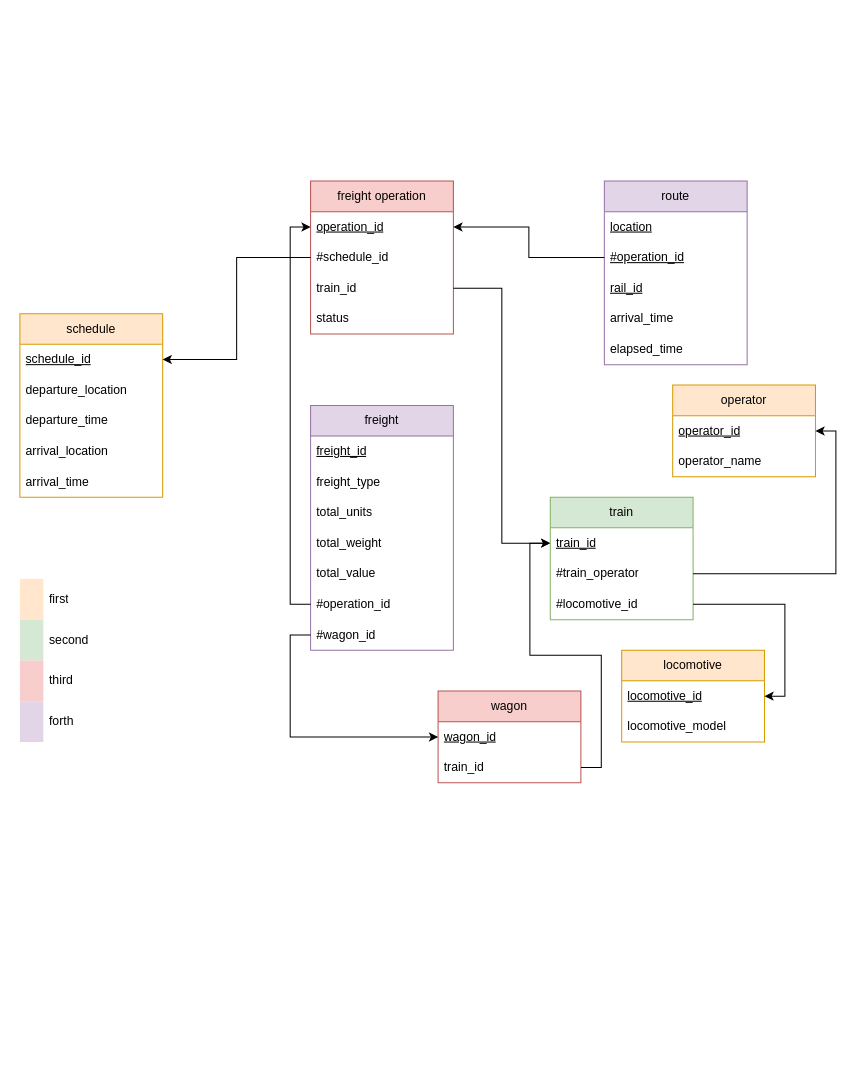
Cconstantinee/test101 keeps this draw.io diagram as Untitled Diagram.drawio. Above is the earlier version. Source tidied: cells renumbered, new cells numbered last; positions are measured from the earlier drawing's top-left corner, leaving out a move shared by most shapes. Both pictures are drawn from the tidied source at 102%, with x=0, y=0 at pixel (19, 181).
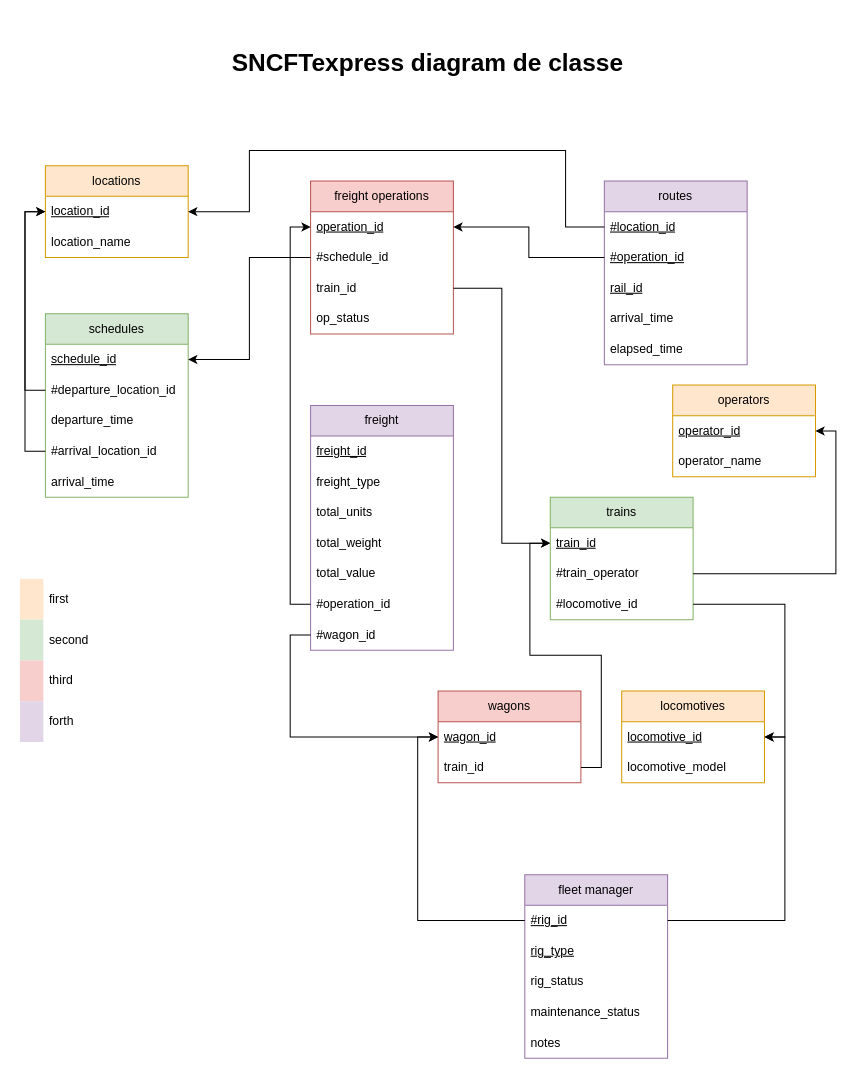
After the change.

Unchanged cells that the change refers to:
```xml
<mxCell id="9" value="locomotive_id" style="text;strokeColor=none;fillColor=none;align=left;verticalAlign=middle;spacingLeft=4;spacingRight=4;overflow=hidden;points=[[0,0.5],[1,0.5]];portConstraint=eastwest;whiteSpace=wrap;html=1;fontStyle=4;" parent="8" vertex="1">
  <mxGeometry y="30" width="140" height="30" as="geometry" />
</mxCell>
<mxCell id="40" value="wagon_id" style="text;strokeColor=none;fillColor=none;align=left;verticalAlign=middle;spacingLeft=4;spacingRight=4;overflow=hidden;points=[[0,0.5],[1,0.5]];portConstraint=eastwest;whiteSpace=wrap;html=1;fontStyle=4;" parent="39" vertex="1">
  <mxGeometry y="30" width="140" height="30" as="geometry" />
</mxCell>
```

Change to the diagram source:
```diff
@@
-    <mxCell id="2" value="schedule" style="swimlane;fontStyle=0;horizontal=1;startSize=30;whiteSpace=wrap;html=1;fillColor=#ffe6cc;strokeColor=#d79b00;" parent="1" vertex="1">
-      <mxGeometry y="130" width="140" height="180" as="geometry" />
+    <mxCell id="2" value="schedules" style="swimlane;fontStyle=0;horizontal=1;startSize=30;whiteSpace=wrap;html=1;fillColor=#d5e8d4;strokeColor=#82b366;" parent="1" vertex="1">
+      <mxGeometry x="25" y="130" width="140" height="180" as="geometry" />
     </mxCell>
@@
-    <mxCell id="4" value="departure_location" style="text;strokeColor=none;fillColor=none;align=left;verticalAlign=middle;spacingLeft=4;spacingRight=4;overflow=hidden;points=[[0,0.5],[1,0.5]];portConstraint=eastwest;whiteSpace=wrap;html=1;" parent="2" vertex="1">
+    <mxCell id="4" value="#departure_location_id" style="text;strokeColor=none;fillColor=none;align=left;verticalAlign=middle;spacingLeft=4;spacingRight=4;overflow=hidden;points=[[0,0.5],[1,0.5]];portConstraint=eastwest;whiteSpace=wrap;html=1;" parent="2" vertex="1">
       <mxGeometry y="60" width="140" height="30" as="geometry" />
     </mxCell>
@@
-    <mxCell id="6" value="arrival_location" style="text;strokeColor=none;fillColor=none;align=left;verticalAlign=middle;spacingLeft=4;spacingRight=4;overflow=hidden;points=[[0,0.5],[1,0.5]];portConstraint=eastwest;whiteSpace=wrap;html=1;" parent="2" vertex="1">
+    <mxCell id="6" value="#arrival_location_id" style="text;strokeColor=none;fillColor=none;align=left;verticalAlign=middle;spacingLeft=4;spacingRight=4;overflow=hidden;points=[[0,0.5],[1,0.5]];portConstraint=eastwest;whiteSpace=wrap;html=1;" parent="2" vertex="1">
       <mxGeometry y="120" width="140" height="30" as="geometry" />
     </mxCell>
@@
-    <mxCell id="8" value="locomotive" style="swimlane;fontStyle=0;horizontal=1;startSize=30;whiteSpace=wrap;html=1;fillColor=#ffe6cc;strokeColor=#d79b00;" parent="1" vertex="1">
-      <mxGeometry x="590" y="460" width="140" height="90" as="geometry" />
+    <mxCell id="8" value="locomotives" style="swimlane;fontStyle=0;horizontal=1;startSize=30;whiteSpace=wrap;html=1;fillColor=#ffe6cc;strokeColor=#d79b00;" parent="1" vertex="1">
+      <mxGeometry x="590" y="500" width="140" height="90" as="geometry" />
     </mxCell>
@@
-    <mxCell id="11" value="freight operation" style="swimlane;fontStyle=0;horizontal=1;startSize=30;whiteSpace=wrap;html=1;fillColor=#f8cecc;strokeColor=#b85450;" parent="1" vertex="1">
+    <mxCell id="11" value="freight operations" style="swimlane;fontStyle=0;horizontal=1;startSize=30;whiteSpace=wrap;html=1;fillColor=#f8cecc;strokeColor=#b85450;" parent="1" vertex="1">
       <mxGeometry x="285" width="140" height="150" as="geometry" />
     </mxCell>
@@
-    <mxCell id="15" value="status" style="text;strokeColor=none;fillColor=none;align=left;verticalAlign=middle;spacingLeft=4;spacingRight=4;overflow=hidden;whiteSpace=wrap;html=1;" parent="11" vertex="1">
+    <mxCell id="15" value="op_status" style="text;strokeColor=none;fillColor=none;align=left;verticalAlign=middle;spacingLeft=4;spacingRight=4;overflow=hidden;whiteSpace=wrap;html=1;" parent="11" vertex="1">
       <mxGeometry y="120" width="140" height="30" as="geometry" />
     </mxCell>
@@
-    <mxCell id="18" value="route" style="swimlane;fontStyle=0;horizontal=1;startSize=30;whiteSpace=wrap;html=1;fillColor=#e1d5e7;strokeColor=#9673a6;" parent="1" vertex="1">
+    <mxCell id="18" value="routes" style="swimlane;fontStyle=0;horizontal=1;startSize=30;whiteSpace=wrap;html=1;fillColor=#e1d5e7;strokeColor=#9673a6;" parent="1" vertex="1">
       <mxGeometry x="573" width="140" height="180" as="geometry" />
     </mxCell>
-    <mxCell id="19" value="location" style="text;strokeColor=none;fillColor=none;align=left;verticalAlign=middle;spacingLeft=4;spacingRight=4;overflow=hidden;points=[[0,0.5],[1,0.5]];portConstraint=eastwest;whiteSpace=wrap;html=1;fontStyle=4;" parent="18" vertex="1">
+    <mxCell id="19" value="#location_id" style="text;strokeColor=none;fillColor=none;align=left;verticalAlign=middle;spacingLeft=4;spacingRight=4;overflow=hidden;points=[[0,0.5],[1,0.5]];portConstraint=eastwest;whiteSpace=wrap;html=1;fontStyle=4;" parent="18" vertex="1">
       <mxGeometry y="30" width="140" height="30" as="geometry" />
     </mxCell>
@@
-    <mxCell id="34" value="train" style="swimlane;fontStyle=0;horizontal=1;startSize=30;whiteSpace=wrap;html=1;fillColor=#d5e8d4;strokeColor=#82b366;" parent="1" vertex="1">
+    <mxCell id="34" value="trains" style="swimlane;fontStyle=0;horizontal=1;startSize=30;whiteSpace=wrap;html=1;fillColor=#d5e8d4;strokeColor=#82b366;" parent="1" vertex="1">
       <mxGeometry x="520" y="310" width="140" height="120" as="geometry" />
     </mxCell>
@@
-    <mxCell id="39" value="wagon" style="swimlane;fontStyle=0;horizontal=1;startSize=30;whiteSpace=wrap;html=1;fillColor=#f8cecc;strokeColor=#b85450;" parent="1" vertex="1">
+    <mxCell id="39" value="wagons" style="swimlane;fontStyle=0;horizontal=1;startSize=30;whiteSpace=wrap;html=1;fillColor=#f8cecc;strokeColor=#b85450;" parent="1" vertex="1">
       <mxGeometry x="410" y="500" width="140" height="90" as="geometry" />
     </mxCell>
@@
-    <mxCell id="43" value="operator" style="swimlane;fontStyle=0;horizontal=1;startSize=30;whiteSpace=wrap;html=1;fillColor=#ffe6cc;strokeColor=#d79b00;" parent="1" vertex="1">
+    <mxCell id="43" value="operators" style="swimlane;fontStyle=0;horizontal=1;startSize=30;whiteSpace=wrap;html=1;fillColor=#ffe6cc;strokeColor=#d79b00;" parent="1" vertex="1">
       <mxGeometry x="640" y="200" width="140" height="90" as="geometry" />
     </mxCell>
@@
+    <mxCell id="63" value="fleet manager" style="swimlane;fontStyle=0;horizontal=1;startSize=30;whiteSpace=wrap;html=1;fillColor=#e1d5e7;strokeColor=#9673a6;" parent="1" vertex="1">
+      <mxGeometry x="495" y="680" width="140" height="180" as="geometry" />
+    </mxCell>
+    <mxCell id="64" value="&lt;u&gt;#rig_id&lt;/u&gt;" style="text;strokeColor=none;fillColor=none;align=left;verticalAlign=middle;spacingLeft=4;spacingRight=4;overflow=hidden;points=[[0,0.5],[1,0.5]];portConstraint=eastwest;whiteSpace=wrap;html=1;" parent="63" vertex="1">
+      <mxGeometry y="30" width="140" height="30" as="geometry" />
+    </mxCell>
+    <mxCell id="65" value="&lt;u&gt;rig_type&lt;/u&gt;" style="text;strokeColor=none;fillColor=none;align=left;verticalAlign=middle;spacingLeft=4;spacingRight=4;overflow=hidden;whiteSpace=wrap;html=1;" parent="63" vertex="1">
+      <mxGeometry y="60" width="140" height="30" as="geometry" />
+    </mxCell>
+    <mxCell id="66" value="rig_status" style="text;strokeColor=none;fillColor=none;align=left;verticalAlign=middle;spacingLeft=4;spacingRight=4;overflow=hidden;whiteSpace=wrap;html=1;" parent="63" vertex="1">
+      <mxGeometry y="90" width="140" height="30" as="geometry" />
+    </mxCell>
+    <mxCell id="67" value="maintenance_status" style="text;strokeColor=none;fillColor=none;align=left;verticalAlign=middle;spacingLeft=4;spacingRight=4;overflow=hidden;whiteSpace=wrap;html=1;" parent="63" vertex="1">
+      <mxGeometry y="120" width="140" height="30" as="geometry" />
+    </mxCell>
+    <mxCell id="68" value="notes" style="text;strokeColor=none;fillColor=none;align=left;verticalAlign=middle;spacingLeft=4;spacingRight=4;overflow=hidden;whiteSpace=wrap;html=1;" parent="63" vertex="1">
+      <mxGeometry y="150" width="140" height="30" as="geometry" />
+    </mxCell>
+    <mxCell id="69" style="edgeStyle=orthogonalEdgeStyle;rounded=0;jettySize=auto;html=1;exitX=0;exitY=0.5;exitDx=0;exitDy=0;entryX=0;entryY=0.5;entryDx=0;entryDy=0;" parent="1" edge="1" source="64" target="40">
+      <mxGeometry relative="1" as="geometry" />
+    </mxCell>
+    <mxCell id="70" style="edgeStyle=orthogonalEdgeStyle;rounded=0;jettySize=auto;html=1;exitX=1;exitY=0.5;exitDx=0;exitDy=0;entryX=1;entryY=0.5;entryDx=0;entryDy=0;" parent="1" edge="1" source="64" target="9">
+      <mxGeometry relative="1" as="geometry" />
+    </mxCell>
+    <mxCell id="71" value="&lt;b&gt;&lt;font style=&quot;font-size: 24px;&quot;&gt;SNCFTexpress diagram de classe&lt;/font&gt;&lt;/b&gt;" style="text;html=1;align=center;verticalAlign=middle;whiteSpace=wrap;rounded=0;" parent="1" vertex="1">
+      <mxGeometry x="195" y="-160" width="410" height="90" as="geometry" />
+    </mxCell>
+    <mxCell id="72" value="locations" style="swimlane;fontStyle=0;horizontal=1;startSize=30;whiteSpace=wrap;html=1;fillColor=#ffe6cc;strokeColor=#d79b00;" parent="1" vertex="1">
+      <mxGeometry x="25" y="-15" width="140" height="90" as="geometry" />
+    </mxCell>
+    <mxCell id="73" value="&lt;u&gt;location_id&lt;/u&gt;" style="text;strokeColor=none;fillColor=none;align=left;verticalAlign=middle;spacingLeft=4;spacingRight=4;overflow=hidden;points=[[0,0.5],[1,0.5]];portConstraint=eastwest;whiteSpace=wrap;html=1;" parent="72" vertex="1">
+      <mxGeometry y="30" width="140" height="30" as="geometry" />
+    </mxCell>
+    <mxCell id="74" value="location_name" style="text;strokeColor=none;fillColor=none;align=left;verticalAlign=middle;spacingLeft=4;spacingRight=4;overflow=hidden;whiteSpace=wrap;html=1;" parent="72" vertex="1">
+      <mxGeometry y="60" width="140" height="30" as="geometry" />
+    </mxCell>
+    <mxCell id="75" style="edgeStyle=orthogonalEdgeStyle;rounded=0;jettySize=auto;html=1;exitX=0;exitY=0.5;exitDx=0;exitDy=0;entryX=0;entryY=0.5;entryDx=0;entryDy=0;" parent="1" edge="1" source="4" target="73">
+      <mxGeometry relative="1" as="geometry" />
+    </mxCell>
+    <mxCell id="76" style="edgeStyle=orthogonalEdgeStyle;rounded=0;jettySize=auto;html=1;exitX=0;exitY=0.5;exitDx=0;exitDy=0;entryX=0;entryY=0.5;entryDx=0;entryDy=0;" parent="1" edge="1" source="6" target="73">
+      <mxGeometry relative="1" as="geometry" />
+    </mxCell>
+    <mxCell id="77" style="edgeStyle=orthogonalEdgeStyle;rounded=0;jettySize=auto;html=1;exitX=0;exitY=0.5;exitDx=0;exitDy=0;entryX=1;entryY=0.5;entryDx=0;entryDy=0;" parent="1" edge="1" source="19" target="73">
+      <mxGeometry relative="1" as="geometry">
+        <Array as="points">
+          <mxPoint x="535" y="45" />
+          <mxPoint x="535" y="-30" />
+          <mxPoint x="225" y="-30" />
+          <mxPoint x="225" y="30" />
+        </Array>
+      </mxGeometry>
+    </mxCell>
```
